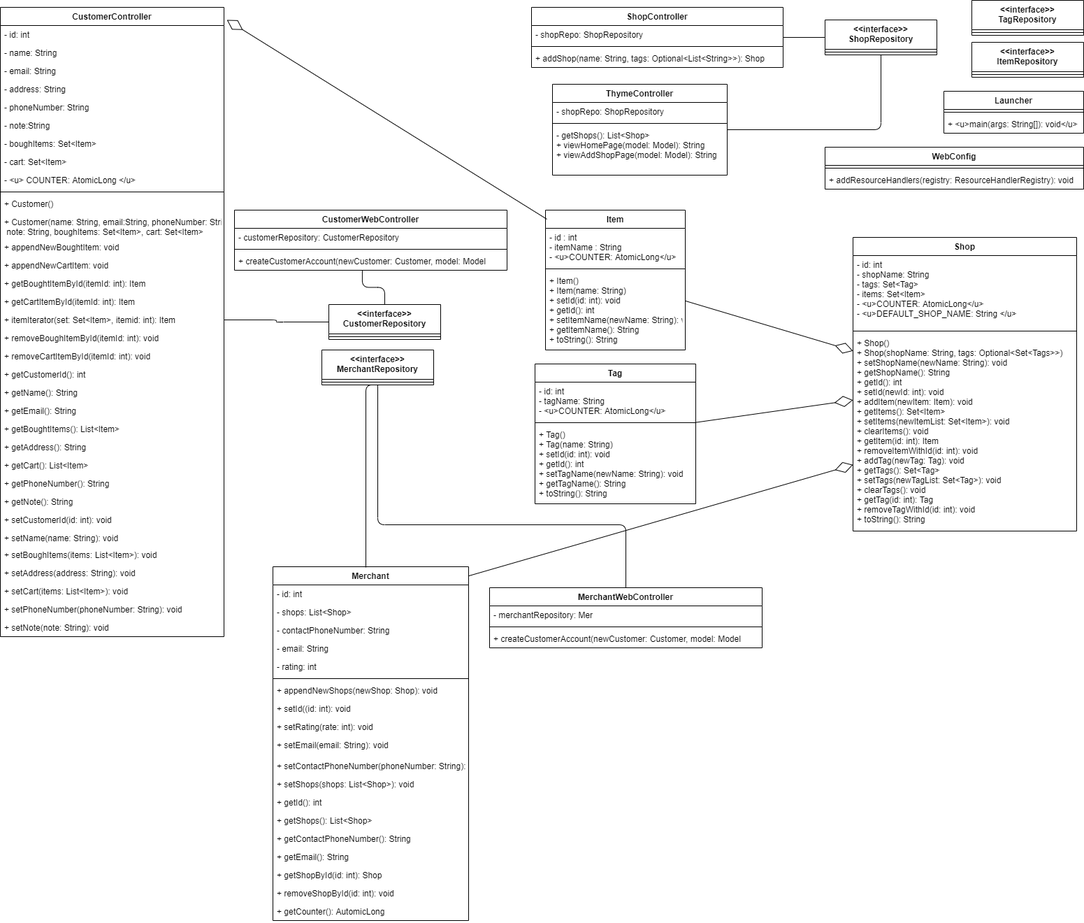
Above: diagrams/Eng Lab Project UML.png in ryanzzheng570/Software-Engineering-Project (draw.io), before the change. Source tidied: cells renumbered, new cells last; positions are measured from the earlier drawing's top-left corner, leaving out a move shared by most shapes.
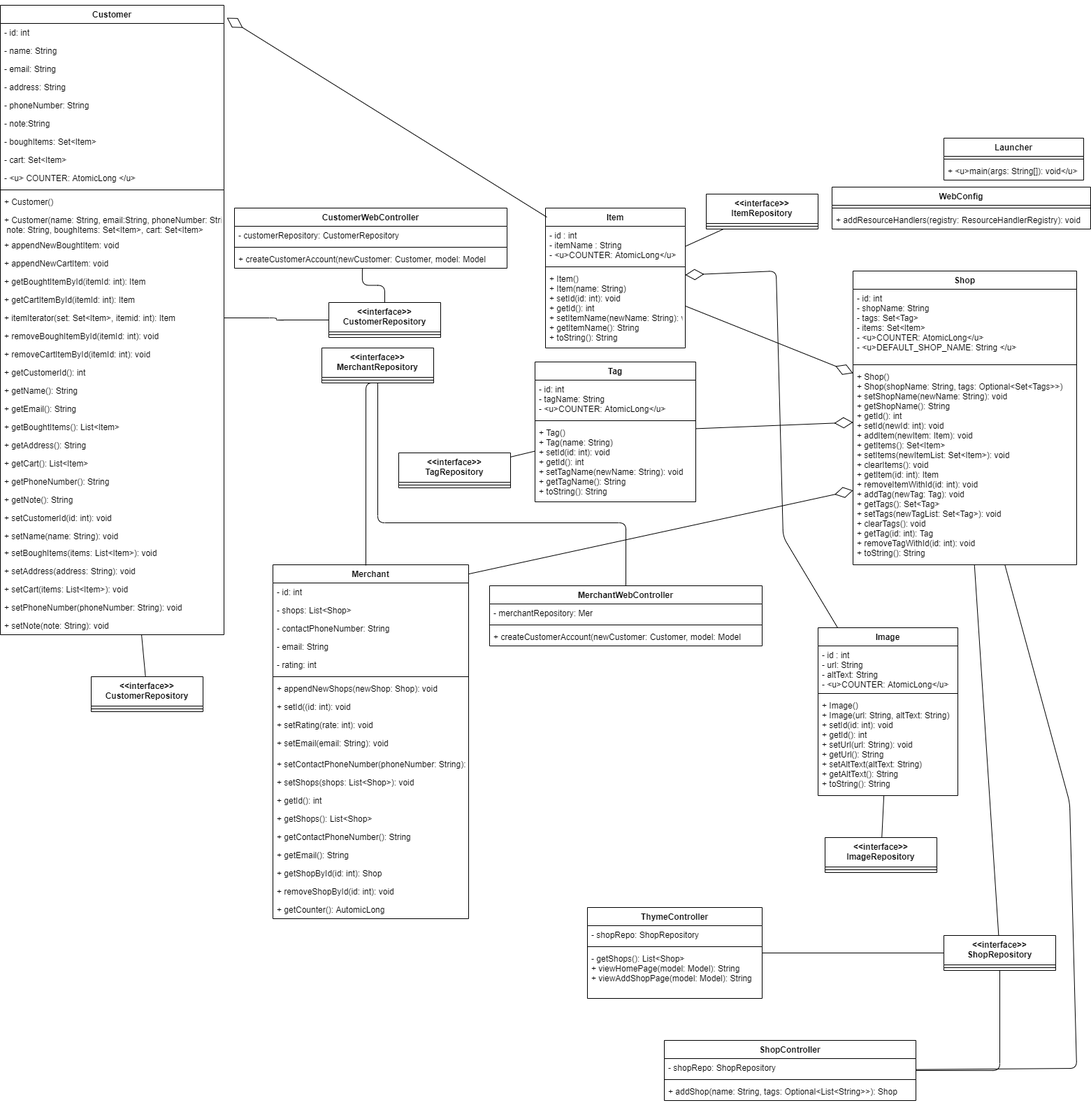
Above is the later version.

Change to the diagram source:
```diff
@@ -15,13 +15,13 @@
       <mxGeometry y="88" width="200" height="112" as="geometry" />
     </mxCell>
     <mxCell id="6" value="&lt;&lt;interface&gt;&gt;&#10;ItemRepository" style="swimlane;fontStyle=1;align=center;verticalAlign=top;horizontal=1;startSize=42;" parent="1" vertex="1">
-      <mxGeometry x="1390" y="60" width="160" height="50" as="geometry" />
+      <mxGeometry x="1010" y="280" width="160" height="50" as="geometry" />
     </mxCell>
     <mxCell id="7" style="line;strokeWidth=1;fillColor=none;align=left;verticalAlign=middle;spacingTop=-1;spacingLeft=3;spacingRight=3;labelPosition=right;" parent="6" vertex="1">
       <mxGeometry y="42" width="160" height="8" as="geometry" />
     </mxCell>
     <mxCell id="8" value="Launcher" style="swimlane;fontStyle=1;align=center;verticalAlign=top;horizontal=1;startSize=26;" parent="1" vertex="1">
-      <mxGeometry x="1350" y="130" width="200" height="60" as="geometry" />
+      <mxGeometry x="1350" y="200" width="200" height="60" as="geometry" />
     </mxCell>
     <mxCell id="9" style="line;strokeWidth=1;fillColor=none;align=left;verticalAlign=middle;spacingTop=-1;spacingLeft=3;spacingRight=3;labelPosition=right;" parent="8" vertex="1">
       <mxGeometry y="26" width="200" height="8" as="geometry" />
@@ -30,7 +30,7 @@
       <mxGeometry y="34" width="200" height="26" as="geometry" />
     </mxCell>
     <mxCell id="11" value="Shop" style="swimlane;fontStyle=1;align=center;verticalAlign=top;horizontal=1;startSize=26;" parent="1" vertex="1">
-      <mxGeometry x="1220" y="339" width="320" height="420" as="geometry" />
+      <mxGeometry x="1220" y="390" width="320" height="420" as="geometry" />
     </mxCell>
     <mxCell id="12" value="- id: int&#10;- shopName: String&#10;- tags: Set&lt;Tag&gt;&#10;- items: Set&lt;Item&gt;&#10;- &lt;u&gt;COUNTER: AtomicLong&lt;/u&gt;&#10;- &lt;u&gt;DEFAULT_SHOP_NAME: String &lt;/u&gt;" style="text;strokeColor=none;fillColor=none;align=left;verticalAlign=top;spacingLeft=4;spacingRight=4;overflow=hidden;" parent="11" vertex="1">
       <mxGeometry y="26" width="320" height="104" as="geometry" />
@@ -42,7 +42,7 @@
       <mxGeometry y="138" width="320" height="282" as="geometry" />
     </mxCell>
     <mxCell id="15" value="ShopController" style="swimlane;fontStyle=1;align=center;verticalAlign=top;horizontal=1;startSize=26;" parent="1" vertex="1">
-      <mxGeometry x="760" y="10" width="360" height="86" as="geometry" />
+      <mxGeometry x="950" y="1490" width="360" height="86" as="geometry" />
     </mxCell>
     <mxCell id="16" value="- shopRepo: ShopRepository" style="text;strokeColor=none;fillColor=none;align=left;verticalAlign=top;spacingLeft=4;spacingRight=4;overflow=hidden;" parent="15" vertex="1">
       <mxGeometry y="26" width="360" height="26" as="geometry" />
@@ -66,13 +66,13 @@
       <mxGeometry y="88" width="230" height="112" as="geometry" />
     </mxCell>
     <mxCell id="23" value="&lt;&lt;interface&gt;&gt;&#10;TagRepository" style="swimlane;fontStyle=1;align=center;verticalAlign=top;horizontal=1;startSize=42;" parent="1" vertex="1">
-      <mxGeometry x="1390" width="160" height="50" as="geometry" />
+      <mxGeometry x="570" y="650" width="160" height="50" as="geometry" />
     </mxCell>
     <mxCell id="24" style="line;strokeWidth=1;fillColor=none;align=left;verticalAlign=middle;spacingTop=-1;spacingLeft=3;spacingRight=3;labelPosition=right;" parent="23" vertex="1">
       <mxGeometry y="42" width="160" height="8" as="geometry" />
     </mxCell>
     <mxCell id="25" value="ThymeController" style="swimlane;fontStyle=1;align=center;verticalAlign=top;horizontal=1;startSize=26;" parent="1" vertex="1">
-      <mxGeometry x="790" y="120" width="250" height="130" as="geometry" />
+      <mxGeometry x="840" y="1300" width="250" height="130" as="geometry" />
     </mxCell>
     <mxCell id="26" value="- shopRepo: ShopRepository" style="text;strokeColor=none;fillColor=none;align=left;verticalAlign=top;spacingLeft=4;spacingRight=4;overflow=hidden;" parent="25" vertex="1">
       <mxGeometry y="26" width="250" height="26" as="geometry" />
@@ -84,7 +84,7 @@
       <mxGeometry y="60" width="250" height="70" as="geometry" />
     </mxCell>
     <mxCell id="29" value="WebConfig" style="swimlane;fontStyle=1;align=center;verticalAlign=top;horizontal=1;startSize=26;" parent="1" vertex="1">
-      <mxGeometry x="1180" y="210" width="370" height="60" as="geometry" />
+      <mxGeometry x="1190" y="270" width="370" height="60" as="geometry" />
     </mxCell>
     <mxCell id="30" style="line;strokeWidth=1;fillColor=none;align=left;verticalAlign=middle;spacingTop=-1;spacingLeft=3;spacingRight=3;labelPosition=right;" parent="29" vertex="1">
       <mxGeometry y="26" width="370" height="8" as="geometry" />
@@ -99,7 +99,7 @@
       <mxGeometry relative="1" as="geometry" />
     </mxCell>
     <mxCell id="34" value="&lt;&lt;interface&gt;&gt;&#10;ShopRepository" style="swimlane;fontStyle=1;align=center;verticalAlign=top;horizontal=1;startSize=42;" parent="1" vertex="1">
-      <mxGeometry x="1180" y="28" width="160" height="50" as="geometry" />
+      <mxGeometry x="1350" y="1340" width="160" height="50" as="geometry" />
     </mxCell>
     <mxCell id="35" style="line;strokeWidth=1;fillColor=none;align=left;verticalAlign=middle;spacingTop=-1;spacingLeft=3;spacingRight=3;labelPosition=right;" parent="34" vertex="1">
       <mxGeometry y="42" width="160" height="8" as="geometry" />
@@ -122,7 +122,7 @@
     <mxCell id="41" style="line;strokeWidth=1;fillColor=none;align=left;verticalAlign=middle;spacingTop=-1;spacingLeft=3;spacingRight=3;labelPosition=right;" parent="40" vertex="1">
       <mxGeometry y="42" width="160" height="8" as="geometry" />
     </mxCell>
-    <mxCell id="42" value="CustomerController" style="swimlane;fontStyle=1;align=center;verticalAlign=top;horizontal=1;startSize=26;" parent="1" vertex="1">
+    <mxCell id="42" value="Customer" style="swimlane;fontStyle=1;align=center;verticalAlign=top;horizontal=1;startSize=26;" parent="1" vertex="1">
       <mxGeometry y="10" width="320" height="900" as="geometry" />
     </mxCell>
     <mxCell id="43" value="- id: int " style="text;strokeColor=none;fillColor=none;align=left;verticalAlign=top;spacingLeft=4;spacingRight=4;overflow=hidden;" parent="42" vertex="1">
@@ -338,5 +338,60 @@
         </Array>
       </mxGeometry>
     </mxCell>
+    <mxCell id="111" value="&lt;&lt;interface&gt;&gt;&#10;CustomerRepository" style="swimlane;fontStyle=1;align=center;verticalAlign=top;horizontal=1;startSize=42;" parent="1" vertex="1">
+      <mxGeometry x="130" y="970" width="160" height="50" as="geometry" />
+    </mxCell>
+    <mxCell id="112" style="line;strokeWidth=1;fillColor=none;align=left;verticalAlign=middle;spacingTop=-1;spacingLeft=3;spacingRight=3;labelPosition=right;" parent="111" vertex="1">
+      <mxGeometry y="42" width="160" height="8" as="geometry" />
+    </mxCell>
+    <mxCell id="113" value="&lt;&lt;interface&gt;&gt;&#10;ImageRepository" style="swimlane;fontStyle=1;align=center;verticalAlign=top;horizontal=1;startSize=42;" parent="1" vertex="1">
+      <mxGeometry x="1180" y="1200" width="160" height="50" as="geometry" />
+    </mxCell>
+    <mxCell id="114" style="line;strokeWidth=1;fillColor=none;align=left;verticalAlign=middle;spacingTop=-1;spacingLeft=3;spacingRight=3;labelPosition=right;" parent="113" vertex="1">
+      <mxGeometry y="42" width="160" height="8" as="geometry" />
+    </mxCell>
+    <mxCell id="115" value="Image" style="swimlane;fontStyle=1;align=center;verticalAlign=top;horizontal=1;startSize=26;" parent="1" vertex="1">
+      <mxGeometry x="1170" y="900" width="200" height="240" as="geometry" />
+    </mxCell>
+    <mxCell id="116" value="- id : int&#10;- url: String&#10;- altText: String&#10;- &lt;u&gt;COUNTER: AtomicLong&lt;/u&gt;" style="text;strokeColor=none;fillColor=none;align=left;verticalAlign=top;spacingLeft=4;spacingRight=4;overflow=hidden;fontStyle=0;" parent="115" vertex="1">
+      <mxGeometry y="26" width="200" height="64" as="geometry" />
+    </mxCell>
+    <mxCell id="117" style="line;strokeWidth=1;fillColor=none;align=left;verticalAlign=middle;spacingTop=-1;spacingLeft=3;spacingRight=3;labelPosition=right;" parent="115" vertex="1">
+      <mxGeometry y="90" width="200" height="8" as="geometry" />
+    </mxCell>
+    <mxCell id="118" value="+ Image()&#10;+ Image(url: String, altText: String)&#10;+ setId(id: int): void&#10;+ getId(): int&#10;+ setUrl(url: String): void&#10;+ getUrl(): String&#10;+ setAltText(altText: String)&#10;+ getAltText(): String&#10;+ toString(): String" style="text;strokeColor=none;fillColor=none;align=left;verticalAlign=top;spacingLeft=4;spacingRight=4;overflow=hidden;" parent="115" vertex="1">
+      <mxGeometry y="98" width="200" height="142" as="geometry" />
+    </mxCell>
+    <mxCell id="119" style="endArrow=diamondThin;endFill=0;endSize=24;html=1;" parent="1" edge="1" source="115" target="2">
+      <mxGeometry relative="1" as="geometry">
+        <Array as="points">
+          <mxPoint x="1120" y="770" />
+          <mxPoint x="1110" y="390" />
+        </Array>
+      </mxGeometry>
+    </mxCell>
+    <mxCell id="120" style="endArrow=none;html=1;" parent="1" edge="1" source="23" target="19">
+      <mxGeometry relative="1" as="geometry" />
+    </mxCell>
+    <mxCell id="121" style="endArrow=none;html=1;" parent="1" edge="1" source="113" target="115">
+      <mxGeometry relative="1" as="geometry" />
+    </mxCell>
+    <mxCell id="122" style="endArrow=none;html=1;" parent="1" edge="1" source="2" target="6">
+      <mxGeometry relative="1" as="geometry" />
+    </mxCell>
+    <mxCell id="123" style="endArrow=none;html=1;" parent="1" edge="1" source="111" target="42">
+      <mxGeometry relative="1" as="geometry" />
+    </mxCell>
+    <mxCell id="124" style="endArrow=none;html=1;" parent="1" edge="1" source="11" target="34">
+      <mxGeometry relative="1" as="geometry" />
+    </mxCell>
+    <mxCell id="125" style="endArrow=none;html=1;" parent="1" edge="1" source="15" target="11">
+      <mxGeometry relative="1" as="geometry">
+        <Array as="points">
+          <mxPoint x="1540" y="1530" />
+          <mxPoint x="1530" y="1150" />
+        </Array>
+      </mxGeometry>
+    </mxCell>
   </root>
 </mxGraphModel>
```
